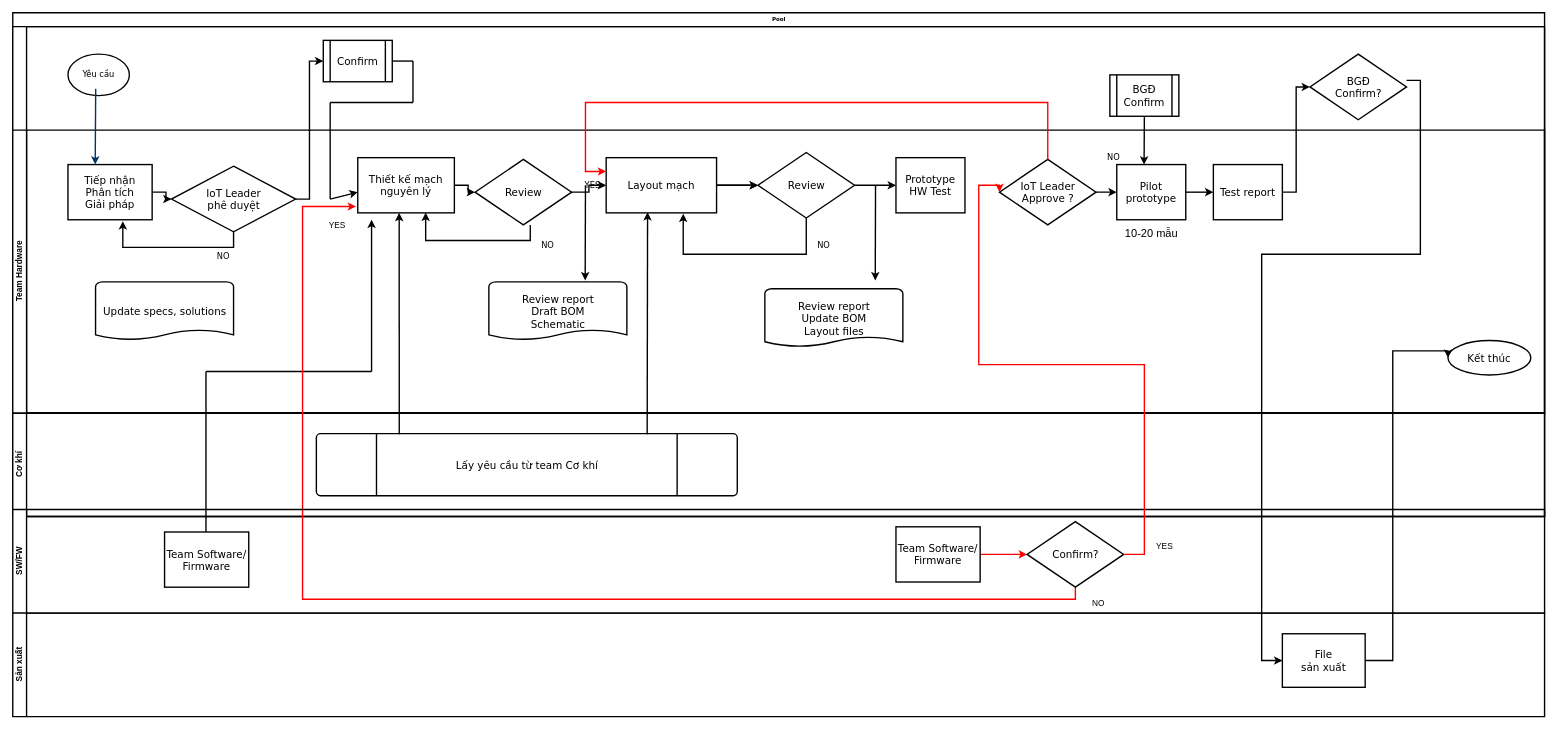
anhvanthe/01_my_drawio keeps this draw.io diagram as new QT.drawio. Above is the earlier version. Source tidied: cells renumbered, new cells numbered last; positions are measured from the earlier drawing's top-left corner, leaving out a move shared by most shapes. Both pictures are drawn from the tidied source at 69%, with x=0, y=0 at pixel (12, 12).
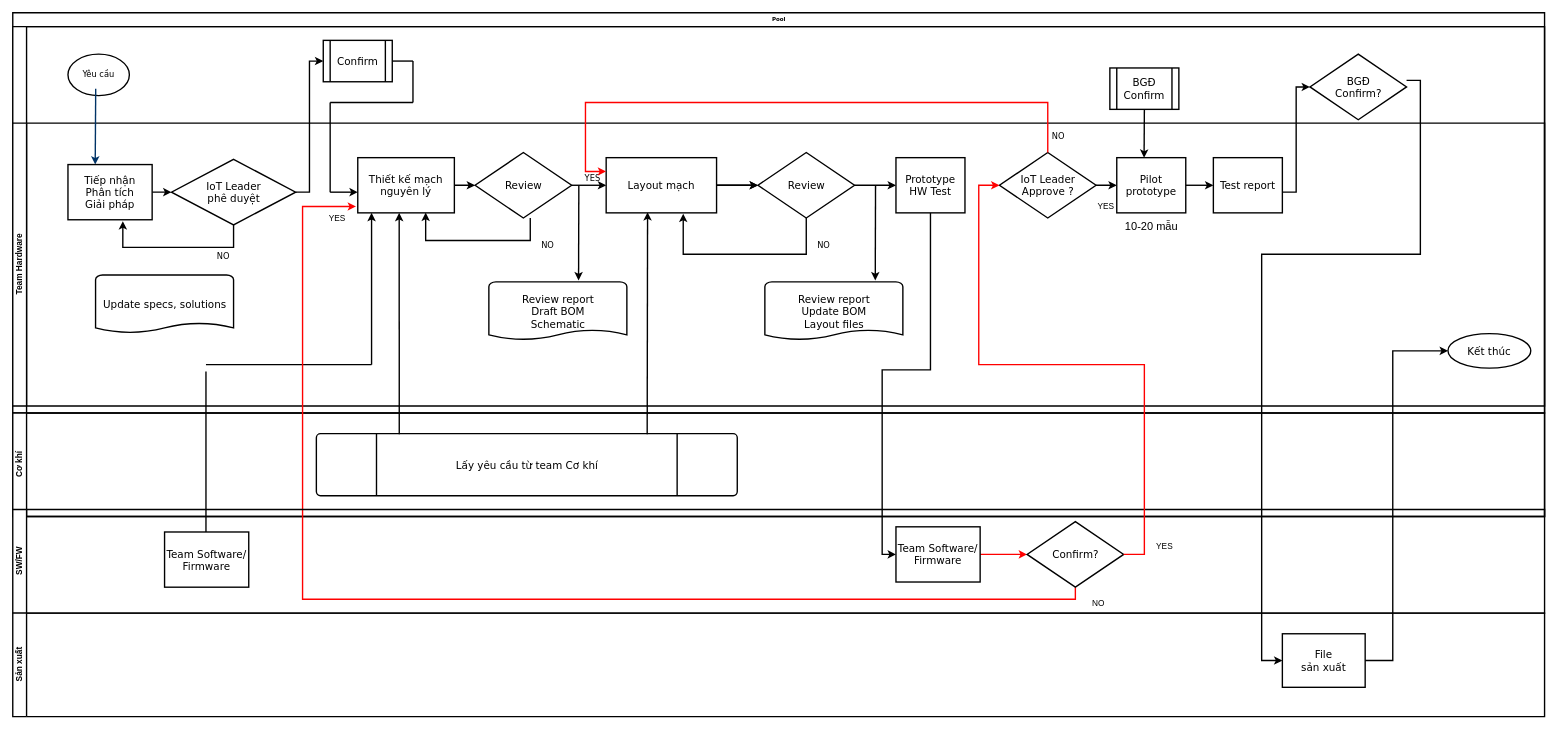
Above is the later version.

Unchanged cells that the change refers to:
```xml
<mxCell id="2" value="Pool" style="swimlane;html=1;horizontal=1;startSize=20;rounded=0;shadow=0;labelBackgroundColor=none;strokeWidth=2;fontFamily=Verdana;fontSize=8;align=center;" parent="1" vertex="1">
  <mxGeometry width="2220" height="730" as="geometry" />
</mxCell>
<mxCell id="6" value="BGĐ/ Khách hàng" style="swimlane;html=1;startSize=20;horizontal=0;strokeWidth=2;" parent="2" vertex="1">
  <mxGeometry y="20" width="2220" height="560" as="geometry" />
</mxCell>
<mxCell id="51" value="&lt;span style=&quot;white-space: nowrap ; font-size: 15px&quot;&gt;Prototype&lt;br style=&quot;font-size: 15px&quot;&gt;HW Test&lt;br style=&quot;font-size: 15px&quot;&gt;&lt;/span&gt;" style="rounded=0;whiteSpace=wrap;html=1;fontFamily=Verdana;fontSize=15;strokeWidth=2;" parent="1" vertex="1">
  <mxGeometry x="1280" y="210" width="100" height="80" as="geometry" />
</mxCell>
<mxCell id="63" value="Team Software/ Firmware" style="rounded=0;whiteSpace=wrap;html=1;fontFamily=Verdana;fontSize=15;strokeWidth=2;" parent="60" vertex="1">
  <mxGeometry x="1280" y="25" width="122" height="80" as="geometry" />
</mxCell>
```

The edit, as a diff of the source:
```diff
@@
-    <mxCell id="3" value="Cơ khí" style="swimlane;html=1;startSize=20;horizontal=0;strokeWidth=2;" parent="2" vertex="1">
-      <mxGeometry y="580" width="2220" height="150" as="geometry" />
-    </mxCell>
-    <mxCell id="4" value="Lấy yêu cầu từ team Cơ khí" style="shape=mxgraph.flowchart.predefined_process;strokeWidth=2;gradientColor=none;gradientDirection=north;fontStyle=0;html=1;fontFamily=Verdana;fontSize=15;" parent="3" vertex="1">
-      <mxGeometry x="440" y="30" width="610" height="90" as="geometry" />
-    </mxCell>
-    <mxCell id="5" style="endArrow=none;html=1;strokeWidth=2;" parent="3" edge="1">
-      <mxGeometry relative="1" as="geometry">
-        <mxPoint x="280" y="180" as="sourcePoint" />
-        <mxPoint x="280" y="-60" as="targetPoint" />
-      </mxGeometry>
-    </mxCell>
@@
     <mxCell id="12" value="Team Hardware" style="swimlane;html=1;startSize=20;horizontal=0;strokeWidth=2;" parent="6" vertex="1">
-      <mxGeometry y="150" width="2220" height="410" as="geometry" />
+      <mxGeometry y="140" width="2220" height="410" as="geometry" />
     </mxCell>
@@
     <mxCell id="15" style="endArrow=none;html=1;strokeWidth=2;" parent="12" edge="1">
       <mxGeometry relative="1" as="geometry">
         <mxPoint x="460" y="100" as="sourcePoint" />
-        <mxPoint x="460" y="-40" as="targetPoint" />
+        <mxPoint x="460" y="-30" as="targetPoint" />
       </mxGeometry>
     </mxCell>
@@
     <mxCell id="26" value="NO" style="text;html=1;align=center;verticalAlign=middle;fontFamily=Verdana;strokeWidth=2;" parent="12" vertex="1">
-      <mxGeometry x="1580" y="30" width="30" height="20" as="geometry" />
+      <mxGeometry x="1500" y="10" width="30" height="20" as="geometry" />
     </mxCell>
@@
+    <mxCell id="73" style="endArrow=classic;html=1;entryX=0.148;entryY=-0.025;entryDx=0;entryDy=0;entryPerimeter=0;fontFamily=Verdana;strokeWidth=2;" parent="12" edge="1">
+      <mxGeometry relative="1" as="geometry">
+        <mxPoint x="820.4" y="90" as="sourcePoint" />
+        <mxPoint x="820" y="227.9" as="targetPoint" />
+      </mxGeometry>
+    </mxCell>
@@
+    <mxCell id="3" value="Cơ khí" style="swimlane;html=1;startSize=20;horizontal=0;strokeWidth=2;" parent="2" vertex="1">
+      <mxGeometry y="580" width="2220" height="150" as="geometry" />
+    </mxCell>
+    <mxCell id="4" value="Lấy yêu cầu từ team Cơ khí" style="shape=mxgraph.flowchart.predefined_process;strokeWidth=2;gradientColor=none;gradientDirection=north;fontStyle=0;html=1;fontFamily=Verdana;fontSize=15;" parent="3" vertex="1">
+      <mxGeometry x="440" y="30" width="610" height="90" as="geometry" />
+    </mxCell>
+    <mxCell id="5" style="endArrow=none;html=1;strokeWidth=2;" parent="3" edge="1">
+      <mxGeometry relative="1" as="geometry">
+        <mxPoint x="280" y="180" as="sourcePoint" />
+        <mxPoint x="280" y="-60" as="targetPoint" />
+      </mxGeometry>
+    </mxCell>
@@
-    <mxCell id="41" style="endArrow=classic;html=1;entryX=0.148;entryY=-0.025;entryDx=0;entryDy=0;entryPerimeter=0;fontFamily=Verdana;strokeWidth=2;" parent="1" edge="1">
-      <mxGeometry relative="1" as="geometry">
-        <mxPoint x="830" y="250" as="sourcePoint" />
-        <mxPoint x="829.6" y="387.9" as="targetPoint" />
-      </mxGeometry>
-    </mxCell>
@@
+    <mxCell id="74" style="edgeStyle=orthogonalEdgeStyle;rounded=0;jettySize=auto;html=1;entryX=0;entryY=0.5;entryDx=0;entryDy=0;strokeWidth=2;" parent="1" edge="1" source="51" target="63">
+      <mxGeometry relative="1" as="geometry" />
+    </mxCell>
@@
+    <mxCell id="75" value="YES" style="text;html=1;align=center;verticalAlign=middle;" parent="1" vertex="1">
+      <mxGeometry x="1564" y="271" width="40" height="20" as="geometry" />
+    </mxCell>
```
